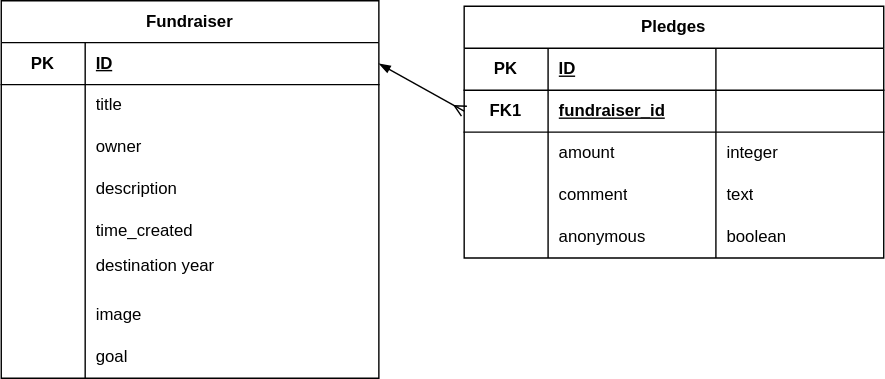
The draw.io diagram database.drawio.svg in saraliaang/crowdfunding_backend, before a commit. Source tidied: cells renumbered, new cells last; positions are measured from the earlier drawing's top-left corner, leaving out a move shared by most shapes.
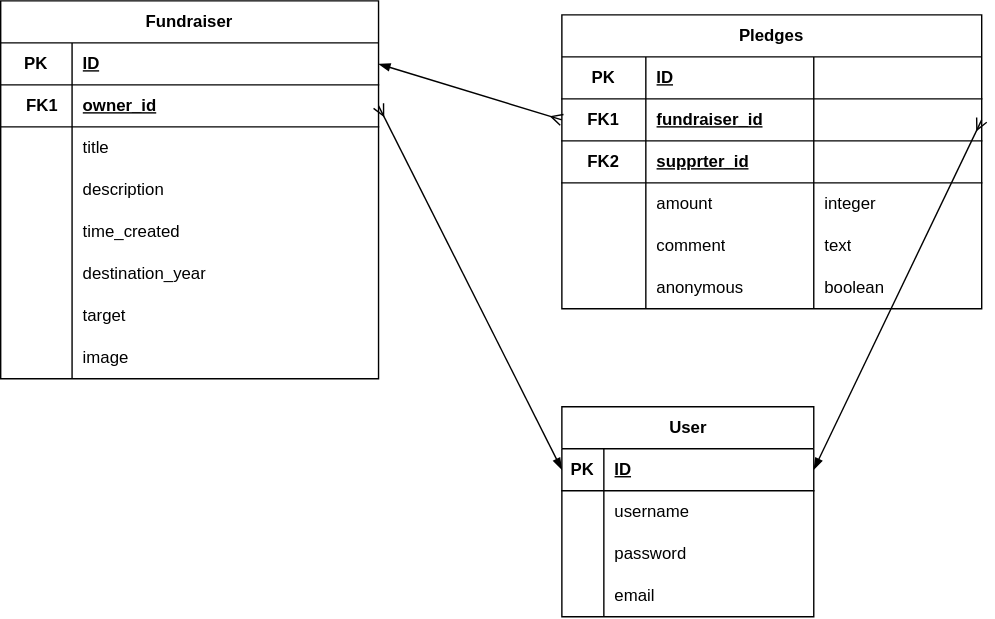
The same file after the commit.

What changed in the source:
```diff
@@ -3,82 +3,82 @@
     <mxCell id="0" />
     <mxCell id="1" parent="0" />
     <mxCell id="2" value="Fundraiser" style="shape=table;startSize=30;rowLines=0;fontStyle=1;align=center;html=1;whiteSpace=wrap;" parent="1" vertex="1">
-      <mxGeometry width="270" height="270" as="geometry" />
+      <mxGeometry y="4" width="270" height="270" as="geometry" />
     </mxCell>
     <mxCell id="3" style="shape=tableRow;horizontal=0;startSize=0;swimlaneHead=0;swimlaneBody=0;fillColor=none;points=[[0,0.5],[1,0.5]];portConstraint=eastwest;top=0;left=0;right=0;bottom=1;html=1;" parent="2" vertex="1">
       <mxGeometry y="30" width="270" height="30" as="geometry" />
     </mxCell>
     <mxCell id="4" value="PK" style="shape=partialRectangle;fillColor=none;top=0;left=0;bottom=0;right=0;fontStyle=1;overflow=hidden;html=1;whiteSpace=wrap;" parent="3" vertex="1">
-      <mxGeometry width="60" height="30" as="geometry" />
+      <mxGeometry width="51" height="30" as="geometry" />
     </mxCell>
     <mxCell id="5" value="ID" style="shape=partialRectangle;fillColor=none;top=0;left=0;bottom=0;right=0;align=left;spacingLeft=6;fontStyle=5;overflow=hidden;html=1;whiteSpace=wrap;" parent="3" vertex="1">
-      <mxGeometry x="60" width="210" height="30" as="geometry" />
+      <mxGeometry x="51" width="219" height="30" as="geometry" />
     </mxCell>
+    <mxCell id="49" style="shape=tableRow;horizontal=0;startSize=0;swimlaneHead=0;swimlaneBody=0;fillColor=none;points=[[0,0.5],[1,0.5]];portConstraint=eastwest;top=0;left=0;right=0;bottom=1;html=1;" parent="2" vertex="1">
+      <mxGeometry y="60" width="270" height="30" as="geometry" />
+    </mxCell>
+    <mxCell id="50" style="shape=partialRectangle;fillColor=none;top=0;left=0;bottom=0;right=0;fontStyle=1;overflow=hidden;html=1;whiteSpace=wrap;" parent="49" vertex="1">
+      <mxGeometry width="51" height="30" as="geometry" />
+    </mxCell>
+    <mxCell id="51" value="owner_id" style="shape=partialRectangle;fillColor=none;top=0;left=0;bottom=0;right=0;align=left;spacingLeft=6;fontStyle=5;overflow=hidden;html=1;whiteSpace=wrap;" parent="49" vertex="1">
+      <mxGeometry x="51" width="219" height="30" as="geometry" />
+    </mxCell>
     <mxCell id="6" style="shape=tableRow;horizontal=0;startSize=0;swimlaneHead=0;swimlaneBody=0;fillColor=none;top=0;left=0;right=0;bottom=0;html=1;" parent="2" vertex="1">
-      <mxGeometry y="60" width="270" height="30" as="geometry" />
+      <mxGeometry y="90" width="270" height="30" as="geometry" />
     </mxCell>
     <mxCell id="7" style="shape=partialRectangle;fillColor=none;top=0;left=0;bottom=0;right=0;overflow=hidden;html=1;whiteSpace=wrap;" parent="6" vertex="1">
-      <mxGeometry width="60" height="30" as="geometry" />
+      <mxGeometry width="51" height="30" as="geometry" />
     </mxCell>
     <mxCell id="8" value="title" style="shape=partialRectangle;fillColor=none;top=0;left=0;bottom=0;right=0;align=left;spacingLeft=6;overflow=hidden;html=1;whiteSpace=wrap;" parent="6" vertex="1">
-      <mxGeometry x="60" width="210" height="30" as="geometry" />
+      <mxGeometry x="51" width="219" height="30" as="geometry" />
     </mxCell>
     <mxCell id="9" style="shape=tableRow;horizontal=0;startSize=0;swimlaneHead=0;swimlaneBody=0;fillColor=none;top=0;left=0;right=0;bottom=0;html=1;" parent="2" vertex="1">
-      <mxGeometry y="90" width="270" height="30" as="geometry" />
+      <mxGeometry y="120" width="270" height="30" as="geometry" />
     </mxCell>
     <mxCell id="10" style="shape=partialRectangle;fillColor=none;top=0;left=0;bottom=0;right=0;overflow=hidden;html=1;whiteSpace=wrap;" parent="9" vertex="1">
-      <mxGeometry width="60" height="30" as="geometry" />
+      <mxGeometry width="51" height="30" as="geometry" />
     </mxCell>
-    <mxCell id="11" value="owner" style="shape=partialRectangle;fillColor=none;top=0;left=0;bottom=0;right=0;align=left;spacingLeft=6;overflow=hidden;html=1;whiteSpace=wrap;" parent="9" vertex="1">
-      <mxGeometry x="60" width="210" height="30" as="geometry" />
+    <mxCell id="11" value="description" style="shape=partialRectangle;fillColor=none;top=0;left=0;bottom=0;right=0;align=left;spacingLeft=6;overflow=hidden;html=1;whiteSpace=wrap;" parent="9" vertex="1">
+      <mxGeometry x="51" width="219" height="30" as="geometry" />
     </mxCell>
     <mxCell id="12" style="shape=tableRow;horizontal=0;startSize=0;swimlaneHead=0;swimlaneBody=0;fillColor=none;top=0;left=0;right=0;bottom=0;html=1;" parent="2" vertex="1">
-      <mxGeometry y="120" width="270" height="30" as="geometry" />
+      <mxGeometry y="150" width="270" height="30" as="geometry" />
     </mxCell>
     <mxCell id="13" style="shape=partialRectangle;fillColor=none;top=0;left=0;bottom=0;right=0;overflow=hidden;html=1;whiteSpace=wrap;" parent="12" vertex="1">
-      <mxGeometry width="60" height="30" as="geometry" />
+      <mxGeometry width="51" height="30" as="geometry" />
     </mxCell>
-    <mxCell id="14" value="description" style="shape=partialRectangle;fillColor=none;top=0;left=0;bottom=0;right=0;align=left;spacingLeft=6;overflow=hidden;html=1;whiteSpace=wrap;" parent="12" vertex="1">
-      <mxGeometry x="60" width="210" height="30" as="geometry" />
+    <mxCell id="14" value="time_created" style="shape=partialRectangle;fillColor=none;top=0;left=0;bottom=0;right=0;align=left;spacingLeft=6;overflow=hidden;html=1;whiteSpace=wrap;" parent="12" vertex="1">
+      <mxGeometry x="51" width="219" height="30" as="geometry" />
     </mxCell>
-    <mxCell id="15" style="shape=tableRow;horizontal=0;startSize=0;swimlaneHead=0;swimlaneBody=0;fillColor=none;top=0;left=0;right=0;bottom=0;html=1;" parent="2" vertex="1">
-      <mxGeometry y="150" width="270" height="30" as="geometry" />
-    </mxCell>
-    <mxCell id="16" style="shape=partialRectangle;fillColor=none;top=0;left=0;bottom=0;right=0;overflow=hidden;html=1;whiteSpace=wrap;" parent="15" vertex="1">
-      <mxGeometry width="60" height="30" as="geometry" />
-    </mxCell>
-    <mxCell id="17" value="time_created" style="shape=partialRectangle;fillColor=none;top=0;left=0;bottom=0;right=0;align=left;spacingLeft=6;overflow=hidden;html=1;whiteSpace=wrap;" parent="15" vertex="1">
-      <mxGeometry x="60" width="210" height="30" as="geometry" />
-    </mxCell>
     <mxCell id="18" style="shape=tableRow;horizontal=0;startSize=0;swimlaneHead=0;swimlaneBody=0;fillColor=none;top=0;left=0;right=0;bottom=0;html=1;" parent="2" vertex="1">
       <mxGeometry y="180" width="270" height="30" as="geometry" />
     </mxCell>
     <mxCell id="19" style="shape=partialRectangle;fillColor=none;top=0;left=0;bottom=0;right=0;overflow=hidden;html=1;whiteSpace=wrap;" parent="18" vertex="1">
-      <mxGeometry width="60" height="30" as="geometry" />
+      <mxGeometry width="51" height="30" as="geometry" />
     </mxCell>
-    <mxCell id="20" value="destination year&lt;div&gt;&lt;br&gt;&lt;/div&gt;" style="shape=partialRectangle;fillColor=none;top=0;left=0;bottom=0;right=0;align=left;spacingLeft=6;overflow=hidden;html=1;whiteSpace=wrap;" parent="18" vertex="1">
-      <mxGeometry x="60" width="210" height="30" as="geometry" />
+    <mxCell id="20" value="destination_year" style="shape=partialRectangle;fillColor=none;top=0;left=0;bottom=0;right=0;align=left;spacingLeft=6;overflow=hidden;html=1;whiteSpace=wrap;" parent="18" vertex="1">
+      <mxGeometry x="51" width="219" height="30" as="geometry" />
     </mxCell>
+    <mxCell id="52" style="shape=tableRow;horizontal=0;startSize=0;swimlaneHead=0;swimlaneBody=0;fillColor=none;top=0;left=0;right=0;bottom=0;html=1;" parent="2" vertex="1">
+      <mxGeometry y="210" width="270" height="30" as="geometry" />
+    </mxCell>
+    <mxCell id="53" style="shape=partialRectangle;fillColor=none;top=0;left=0;bottom=0;right=0;overflow=hidden;html=1;whiteSpace=wrap;" parent="52" vertex="1">
+      <mxGeometry width="51" height="30" as="geometry" />
+    </mxCell>
+    <mxCell id="54" value="target" style="shape=partialRectangle;fillColor=none;top=0;left=0;bottom=0;right=0;align=left;spacingLeft=6;overflow=hidden;html=1;whiteSpace=wrap;" parent="52" vertex="1">
+      <mxGeometry x="51" width="219" height="30" as="geometry" />
+    </mxCell>
     <mxCell id="21" style="shape=tableRow;horizontal=0;startSize=0;swimlaneHead=0;swimlaneBody=0;fillColor=none;top=0;left=0;right=0;bottom=0;html=1;" parent="2" vertex="1">
-      <mxGeometry y="210" width="270" height="30" as="geometry" />
+      <mxGeometry y="240" width="270" height="30" as="geometry" />
     </mxCell>
     <mxCell id="22" style="shape=partialRectangle;fillColor=none;top=0;left=0;bottom=0;right=0;overflow=hidden;html=1;whiteSpace=wrap;" parent="21" vertex="1">
-      <mxGeometry width="60" height="30" as="geometry" />
+      <mxGeometry width="51" height="30" as="geometry" />
     </mxCell>
     <mxCell id="23" value="image" style="shape=partialRectangle;fillColor=none;top=0;left=0;bottom=0;right=0;align=left;spacingLeft=6;overflow=hidden;html=1;whiteSpace=wrap;" parent="21" vertex="1">
-      <mxGeometry x="60" width="210" height="30" as="geometry" />
+      <mxGeometry x="51" width="219" height="30" as="geometry" />
     </mxCell>
-    <mxCell id="24" style="shape=tableRow;horizontal=0;startSize=0;swimlaneHead=0;swimlaneBody=0;fillColor=none;top=0;left=0;right=0;bottom=0;html=1;" parent="2" vertex="1">
-      <mxGeometry y="240" width="270" height="30" as="geometry" />
-    </mxCell>
-    <mxCell id="25" style="shape=partialRectangle;fillColor=none;top=0;left=0;bottom=0;right=0;overflow=hidden;html=1;whiteSpace=wrap;" parent="24" vertex="1">
-      <mxGeometry width="60" height="30" as="geometry" />
-    </mxCell>
-    <mxCell id="26" value="goal" style="shape=partialRectangle;fillColor=none;top=0;left=0;bottom=0;right=0;align=left;spacingLeft=6;overflow=hidden;html=1;whiteSpace=wrap;" parent="24" vertex="1">
-      <mxGeometry x="60" width="210" height="30" as="geometry" />
-    </mxCell>
     <mxCell id="27" value="Pledges" style="shape=table;startSize=30;rowLines=0;fontStyle=1;align=center;html=1;whiteSpace=wrap;" parent="1" vertex="1">
-      <mxGeometry x="331" y="4" width="300" height="180" as="geometry" />
+      <mxGeometry x="401" y="14" width="300" height="210" as="geometry" />
     </mxCell>
     <mxCell id="28" style="shape=tableRow;horizontal=0;startSize=0;swimlaneHead=0;swimlaneBody=0;fillColor=none;top=0;left=0;right=0;bottom=1;html=1;" parent="27" vertex="1">
       <mxGeometry y="30" width="300" height="30" as="geometry" />
@@ -104,8 +104,20 @@
     <mxCell id="35" style="shape=partialRectangle;fillColor=none;top=0;left=0;bottom=0;right=0;align=left;spacingLeft=6;fontStyle=5;overflow=hidden;html=1;whiteSpace=wrap;" parent="32" vertex="1">
       <mxGeometry x="180" width="120" height="30" as="geometry" />
     </mxCell>
+    <mxCell id="55" style="shape=tableRow;horizontal=0;startSize=0;swimlaneHead=0;swimlaneBody=0;fillColor=none;top=0;left=0;right=0;bottom=1;html=1;" parent="27" vertex="1">
+      <mxGeometry y="90" width="300" height="30" as="geometry" />
+    </mxCell>
+    <mxCell id="56" value="FK2" style="shape=partialRectangle;fillColor=none;top=0;left=0;bottom=0;right=0;fontStyle=1;overflow=hidden;html=1;whiteSpace=wrap;" parent="55" vertex="1">
+      <mxGeometry width="60" height="30" as="geometry" />
+    </mxCell>
+    <mxCell id="57" value="supprter_id" style="shape=partialRectangle;fillColor=none;top=0;left=0;bottom=0;right=0;align=left;spacingLeft=6;fontStyle=5;overflow=hidden;html=1;whiteSpace=wrap;" parent="55" vertex="1">
+      <mxGeometry x="60" width="120" height="30" as="geometry" />
+    </mxCell>
+    <mxCell id="58" style="shape=partialRectangle;fillColor=none;top=0;left=0;bottom=0;right=0;align=left;spacingLeft=6;fontStyle=5;overflow=hidden;html=1;whiteSpace=wrap;" parent="55" vertex="1">
+      <mxGeometry x="180" width="120" height="30" as="geometry" />
+    </mxCell>
     <mxCell id="36" style="shape=tableRow;horizontal=0;startSize=0;swimlaneHead=0;swimlaneBody=0;fillColor=none;top=0;left=0;right=0;bottom=0;html=1;" parent="27" vertex="1">
-      <mxGeometry y="90" width="300" height="30" as="geometry" />
+      <mxGeometry y="120" width="300" height="30" as="geometry" />
     </mxCell>
     <mxCell id="37" style="shape=partialRectangle;fillColor=none;top=0;left=0;bottom=0;right=0;overflow=hidden;html=1;whiteSpace=wrap;" parent="36" vertex="1">
       <mxGeometry width="60" height="30" as="geometry" />
@@ -117,7 +129,7 @@
       <mxGeometry x="180" width="120" height="30" as="geometry" />
     </mxCell>
     <mxCell id="40" style="shape=tableRow;horizontal=0;startSize=0;swimlaneHead=0;swimlaneBody=0;fillColor=none;top=0;left=0;right=0;bottom=0;html=1;" parent="27" vertex="1">
-      <mxGeometry y="120" width="300" height="30" as="geometry" />
+      <mxGeometry y="150" width="300" height="30" as="geometry" />
     </mxCell>
     <mxCell id="41" style="shape=partialRectangle;fillColor=none;top=0;left=0;bottom=0;right=0;overflow=hidden;html=1;whiteSpace=wrap;" parent="40" vertex="1">
       <mxGeometry width="60" height="30" as="geometry" />
@@ -129,7 +141,7 @@
       <mxGeometry x="180" width="120" height="30" as="geometry" />
     </mxCell>
     <mxCell id="44" style="shape=tableRow;horizontal=0;startSize=0;swimlaneHead=0;swimlaneBody=0;fillColor=none;top=0;left=0;right=0;bottom=0;html=1;" parent="27" vertex="1">
-      <mxGeometry y="150" width="300" height="30" as="geometry" />
+      <mxGeometry y="180" width="300" height="30" as="geometry" />
     </mxCell>
     <mxCell id="45" style="shape=partialRectangle;fillColor=none;top=0;left=0;bottom=0;right=0;overflow=hidden;html=1;whiteSpace=wrap;" parent="44" vertex="1">
       <mxGeometry width="60" height="30" as="geometry" />
@@ -143,5 +155,53 @@
     <mxCell id="48" style="edgeStyle=none;html=1;entryX=0;entryY=0.5;entryDx=0;entryDy=0;exitX=1;exitY=0.5;exitDx=0;exitDy=0;startArrow=blockThin;startFill=1;endArrow=ERmany;endFill=0;" parent="1" edge="1" source="3" target="32">
       <mxGeometry relative="1" as="geometry" />
     </mxCell>
+    <mxCell id="59" value="User" style="shape=table;startSize=30;rowLines=0;fontStyle=1;align=center;html=1;" parent="1" vertex="1">
+      <mxGeometry x="401" y="294" width="180" height="150" as="geometry" />
+    </mxCell>
+    <mxCell id="60" style="shape=tableRow;horizontal=0;startSize=0;swimlaneHead=0;swimlaneBody=0;fillColor=none;points=[[0,0.5],[1,0.5]];portConstraint=eastwest;top=0;left=0;right=0;bottom=1;" parent="59" vertex="1">
+      <mxGeometry y="30" width="180" height="30" as="geometry" />
+    </mxCell>
+    <mxCell id="61" value="PK" style="shape=partialRectangle;fillColor=none;top=0;left=0;bottom=0;right=0;fontStyle=1;overflow=hidden;whiteSpace=wrap;html=1;" parent="60" vertex="1">
+      <mxGeometry width="30" height="30" as="geometry" />
+    </mxCell>
+    <mxCell id="62" value="ID" style="shape=partialRectangle;fillColor=none;top=0;left=0;bottom=0;right=0;align=left;spacingLeft=6;fontStyle=5;overflow=hidden;whiteSpace=wrap;html=1;" parent="60" vertex="1">
+      <mxGeometry x="30" width="150" height="30" as="geometry" />
+    </mxCell>
+    <mxCell id="63" style="shape=tableRow;horizontal=0;startSize=0;swimlaneHead=0;swimlaneBody=0;fillColor=none;top=0;left=0;right=0;bottom=0;" parent="59" vertex="1">
+      <mxGeometry y="60" width="180" height="30" as="geometry" />
+    </mxCell>
+    <mxCell id="64" style="shape=partialRectangle;fillColor=none;top=0;left=0;bottom=0;right=0;overflow=hidden;whiteSpace=wrap;html=1;" parent="63" vertex="1">
+      <mxGeometry width="30" height="30" as="geometry" />
+    </mxCell>
+    <mxCell id="65" value="username" style="shape=partialRectangle;fillColor=none;top=0;left=0;bottom=0;right=0;align=left;spacingLeft=6;overflow=hidden;whiteSpace=wrap;html=1;" parent="63" vertex="1">
+      <mxGeometry x="30" width="150" height="30" as="geometry" />
+    </mxCell>
+    <mxCell id="66" style="shape=tableRow;horizontal=0;startSize=0;swimlaneHead=0;swimlaneBody=0;fillColor=none;top=0;left=0;right=0;bottom=0;" parent="59" vertex="1">
+      <mxGeometry y="90" width="180" height="30" as="geometry" />
+    </mxCell>
+    <mxCell id="67" style="shape=partialRectangle;fillColor=none;top=0;left=0;bottom=0;right=0;overflow=hidden;whiteSpace=wrap;html=1;" parent="66" vertex="1">
+      <mxGeometry width="30" height="30" as="geometry" />
+    </mxCell>
+    <mxCell id="68" value="password" style="shape=partialRectangle;fillColor=none;top=0;left=0;bottom=0;right=0;align=left;spacingLeft=6;overflow=hidden;whiteSpace=wrap;html=1;" parent="66" vertex="1">
+      <mxGeometry x="30" width="150" height="30" as="geometry" />
+    </mxCell>
+    <mxCell id="69" style="shape=tableRow;horizontal=0;startSize=0;swimlaneHead=0;swimlaneBody=0;fillColor=none;top=0;left=0;right=0;bottom=0;" parent="59" vertex="1">
+      <mxGeometry y="120" width="180" height="30" as="geometry" />
+    </mxCell>
+    <mxCell id="70" style="shape=partialRectangle;fillColor=none;top=0;left=0;bottom=0;right=0;overflow=hidden;whiteSpace=wrap;html=1;" parent="69" vertex="1">
+      <mxGeometry width="30" height="30" as="geometry" />
+    </mxCell>
+    <mxCell id="71" value="email" style="shape=partialRectangle;fillColor=none;top=0;left=0;bottom=0;right=0;align=left;spacingLeft=6;overflow=hidden;whiteSpace=wrap;html=1;" parent="69" vertex="1">
+      <mxGeometry x="30" width="150" height="30" as="geometry" />
+    </mxCell>
+    <mxCell id="72" style="edgeStyle=none;html=1;exitX=0;exitY=0.5;exitDx=0;exitDy=0;startArrow=blockThin;startFill=1;endArrow=ERmany;endFill=0;entryX=1;entryY=0.5;entryDx=0;entryDy=0;" parent="1" edge="1" source="60" target="49">
+      <mxGeometry relative="1" as="geometry" />
+    </mxCell>
+    <mxCell id="73" value="&lt;span style=&quot;color: rgb(0, 0, 0); font-weight: 700;&quot;&gt;FK1&lt;/span&gt;" style="shape=partialRectangle;fillColor=none;top=0;left=0;bottom=0;right=0;overflow=hidden;html=1;whiteSpace=wrap;" parent="1" vertex="1">
+      <mxGeometry y="64" width="60" height="30" as="geometry" />
+    </mxCell>
+    <mxCell id="74" style="edgeStyle=none;html=1;exitX=1;exitY=0.5;exitDx=0;exitDy=0;startArrow=blockThin;startFill=1;endArrow=ERmany;endFill=0;entryX=1;entryY=0.5;entryDx=0;entryDy=0;" parent="1" edge="1" source="60" target="32">
+      <mxGeometry relative="1" as="geometry" />
+    </mxCell>
   </root>
 </mxGraphModel>
```
